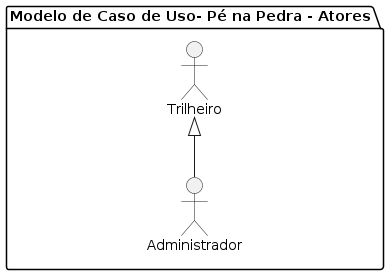
This is docs/diagrams/out/usecases_diagrams/pe_na_pedra_usecase_1.png from tiagors09/pe_na_pedra, a PlantUML export, as it was before one commit.
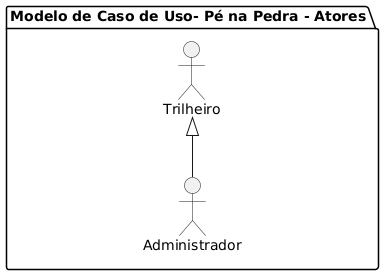
After the commit.

Change to the diagram source:
```diff
@@ -1,5 +1,5 @@
-@startuml pe_na_pedra_usecase_1
-  package "Modelo de Caso de Uso- Pé na Pedra - Atores" {
+@startuml
+package "Modelo de Caso de Uso- Pé na Pedra - Atores" {
     :Administrador: as adm
     :Trilheiro: as tr
 
```
